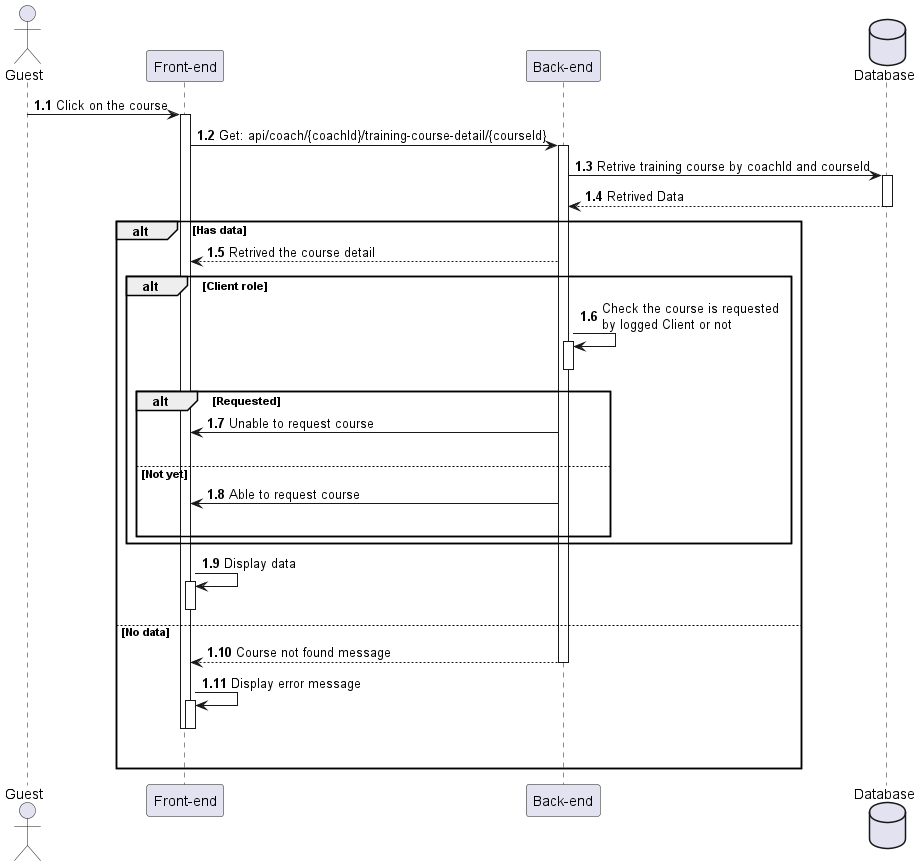
The PlantUML diagram out/Sequences_diagrams/ViewTrainingCourseDetail/ViewTraniningCourseDetail.png in HTPhong-276/iCoaching-Diagrams, before a commit. Source of this version:
```plantuml
@startuml ViewTraniningCourseDetail

actor Guest as user
participant "Front-end" as client
participant "Back-end" as server
database "Database" as db

autonumber 1.1 "<b>0:"

user -> client++ : Click on the course
client -> server++ : Get: api/coach/{coachId}/training-course-detail/{courseId}
server -> db++ : Retrive training course by coachId and courseId
db --> server : Retrived Data
deactivate

alt Has data
    server --> client : Retrived the course detail

    alt Client role
        server -> server++ : Check the course is requested\nby logged Client or not
        deactivate

        alt Requested
            server -> client : Unable to request course
            |||
        else Not yet
            server -> client : Able to request course
            |||
        end
    end

    client -> client++ : Display data
    deactivate

else No data
    server --> client : Course not found message
    deactivate
    client -> client++ : Display error message
    deactivate
    deactivate
    |||
end
@enduml
```
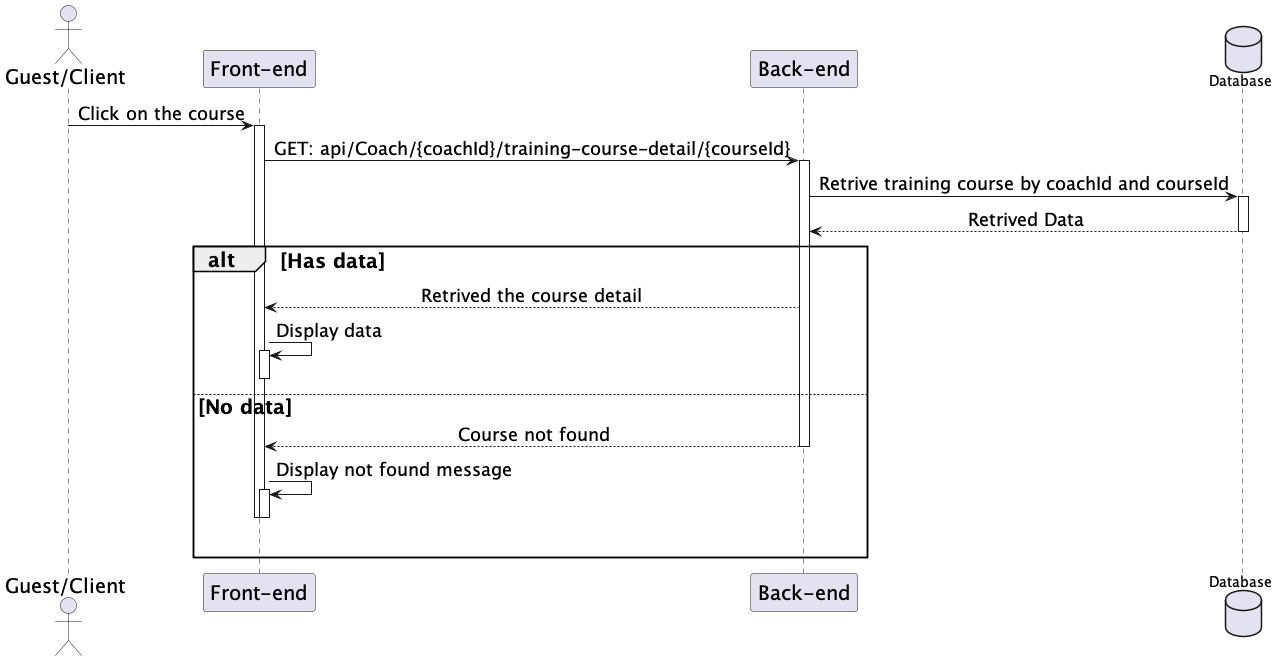
Later version of the same file.

What changed in the source:
```diff
@@ -1,14 +1,21 @@
 @startuml ViewTraniningCourseDetail
-
-actor Guest as user
+skinparam sequenceMessageAlign center
+skinparam sequenceGroupFontSize 20
+skinparam sequenceGroupHeaderFontSize 20
+skinparam sequence {
+    ParticipantFontSize 20
+    ActorFontSize 20
+    DatabaseFontSize 20
+    ArrowFontSize 18
+}
+actor "Guest/Client" as user
 participant "Front-end" as client
 participant "Back-end" as server
 database "Database" as db
 
-autonumber 1.1 "<b>0:"
 
 user -> client++ : Click on the course
-client -> server++ : Get: api/coach/{coachId}/training-course-detail/{courseId}
+client -> server++ : GET: api/Coach/{coachId}/training-course-detail/{courseId}
 server -> db++ : Retrive training course by coachId and courseId
 db --> server : Retrived Data
 deactivate
@@ -16,26 +23,13 @@
 alt Has data
     server --> client : Retrived the course detail
 
-    alt Client role
-        server -> server++ : Check the course is requested\nby logged Client or not
-        deactivate
-
-        alt Requested
-            server -> client : Unable to request course
-            |||
-        else Not yet
-            server -> client : Able to request course
-            |||
-        end
-    end
-
     client -> client++ : Display data
     deactivate
 
 else No data
-    server --> client : Course not found message
+    server --> client : Course not found
     deactivate
-    client -> client++ : Display error message
+    client -> client++ : Display not found message
     deactivate
     deactivate
     |||
```
